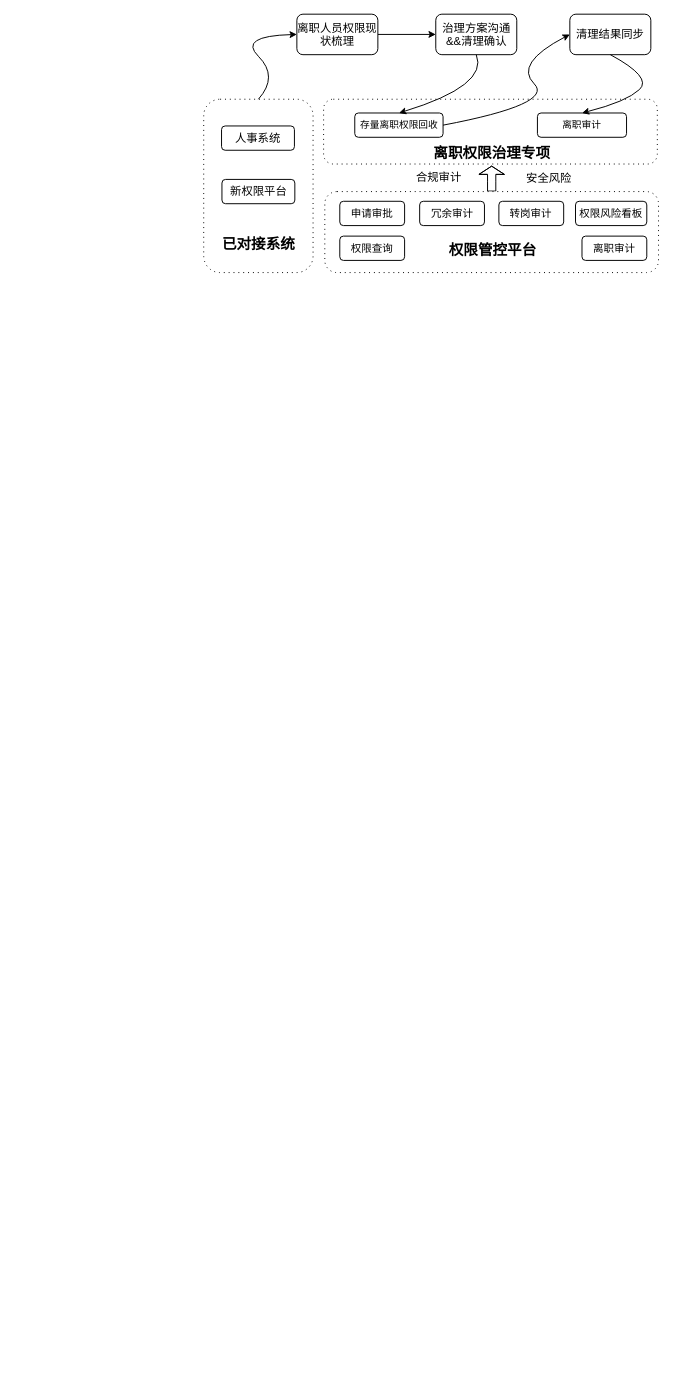
Before: page "第 14 页" (14 of 14) of 权限审计.drawio in zpxiao-ios/hello-world, a draw.io diagram. Source tidied: cells renumbered, new cells numbered last; positions are measured from the earlier drawing's top-left corner, leaving out a move shared by most shapes. Both pictures are drawn from the tidied source at 81%, with x=0, y=0 at pixel (203, 14).
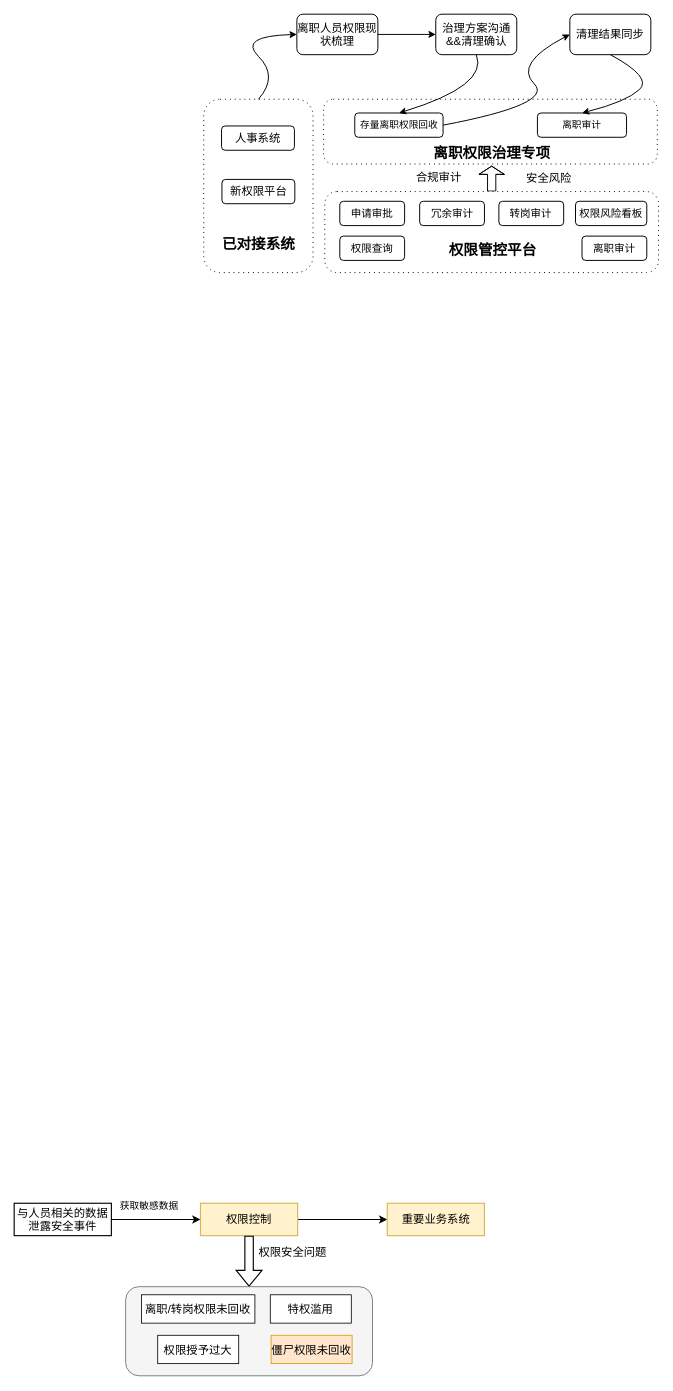
After the change.

Commit message:
更新权限审计.drawio

What changed in the source:
```diff
@@
+    <mxCell id="29" value="与人员相关的数据泄露安全事件" style="rounded=0;whiteSpace=wrap;html=1;strokeWidth=1.4;fontSize=14;" parent="1" vertex="1">
+      <mxGeometry x="-234" y="1468" width="120" height="40" as="geometry" />
+    </mxCell>
+    <mxCell id="30" style="edgeStyle=orthogonalEdgeStyle;rounded=0;jettySize=auto;html=1;exitX=1;exitY=0.5;exitDx=0;exitDy=0;strokeWidth=1.4;fontSize=14;" parent="1" edge="1" source="29" target="32">
+      <mxGeometry relative="1" as="geometry" />
+    </mxCell>
+    <mxCell id="31" style="edgeStyle=orthogonalEdgeStyle;rounded=0;jettySize=auto;html=1;strokeWidth=1.4;fontSize=14;entryX=0;entryY=0.5;entryDx=0;entryDy=0;" parent="1" edge="1" source="32" target="33">
+      <mxGeometry relative="1" as="geometry" />
+    </mxCell>
+    <mxCell id="32" value="权限控制" style="rounded=0;whiteSpace=wrap;html=1;strokeWidth=1.4;fontSize=14;fillColor=#fff2cc;strokeColor=#d6b656;" parent="1" vertex="1">
+      <mxGeometry x="-4" y="1468" width="120" height="40" as="geometry" />
+    </mxCell>
+    <mxCell id="33" value="重要业务系统" style="rounded=0;whiteSpace=wrap;html=1;strokeWidth=1.4;fontSize=14;fillColor=#fff2cc;strokeColor=#d6b656;" parent="1" vertex="1">
+      <mxGeometry x="226.6" y="1468" width="120" height="40" as="geometry" />
+    </mxCell>
+    <mxCell id="34" style="shape=flexArrow;endArrow=classic;html=1;rounded=0;exitX=0.5;exitY=1;exitDx=0;exitDy=0;entryX=0.5;entryY=0;entryDx=0;entryDy=0;strokeWidth=1.4;fontSize=14;" parent="1" edge="1" source="32" target="37">
+      <mxGeometry relative="1" as="geometry" />
+    </mxCell>
+    <mxCell id="35" value="权限安全问题" style="text;html=1;align=center;verticalAlign=middle;whiteSpace=wrap;rounded=0;strokeWidth=1.4;fontSize=14;fontStyle=0;" parent="1" vertex="1">
+      <mxGeometry x="63.2" y="1513" width="94" height="30" as="geometry" />
+    </mxCell>
+    <mxCell id="36" value="&lt;span&gt;获取敏感数据&lt;/span&gt;" style="text;html=1;align=center;verticalAlign=middle;whiteSpace=wrap;rounded=0;fontStyle=0;" parent="1" vertex="1">
+      <mxGeometry x="-108.5" y="1456" width="81.5" height="30" as="geometry" />
+    </mxCell>
+    <mxCell id="37" style="rounded=1;whiteSpace=wrap;html=1;fillColor=#f5f5f5;fontColor=#333333;strokeColor=#666666;" parent="1" vertex="1">
+      <mxGeometry x="-96.4" y="1571" width="304.8" height="110" as="geometry" />
+    </mxCell>
+    <mxCell id="38" value="离职/转岗权限未回收" style="rounded=0;whiteSpace=wrap;html=1;fontSize=14;" parent="1" vertex="1">
+      <mxGeometry x="-76.8" y="1581" width="140" height="35" as="geometry" />
+    </mxCell>
+    <mxCell id="39" value="僵尸权限未回收" style="rounded=0;whiteSpace=wrap;html=1;fontSize=14;fillColor=#ffe6cc;strokeColor=#d79b00;" parent="1" vertex="1">
+      <mxGeometry x="83.2" y="1631" width="100" height="35" as="geometry" />
+    </mxCell>
+    <mxCell id="40" value="权限授予过大" style="rounded=0;whiteSpace=wrap;html=1;fontSize=14;" parent="1" vertex="1">
+      <mxGeometry x="-56.8" y="1631" width="100" height="35" as="geometry" />
+    </mxCell>
+    <mxCell id="41" value="特权滥用" style="rounded=0;whiteSpace=wrap;html=1;fontSize=14;" parent="1" vertex="1">
+      <mxGeometry x="82.2" y="1581" width="100" height="35" as="geometry" />
+    </mxCell>
```
